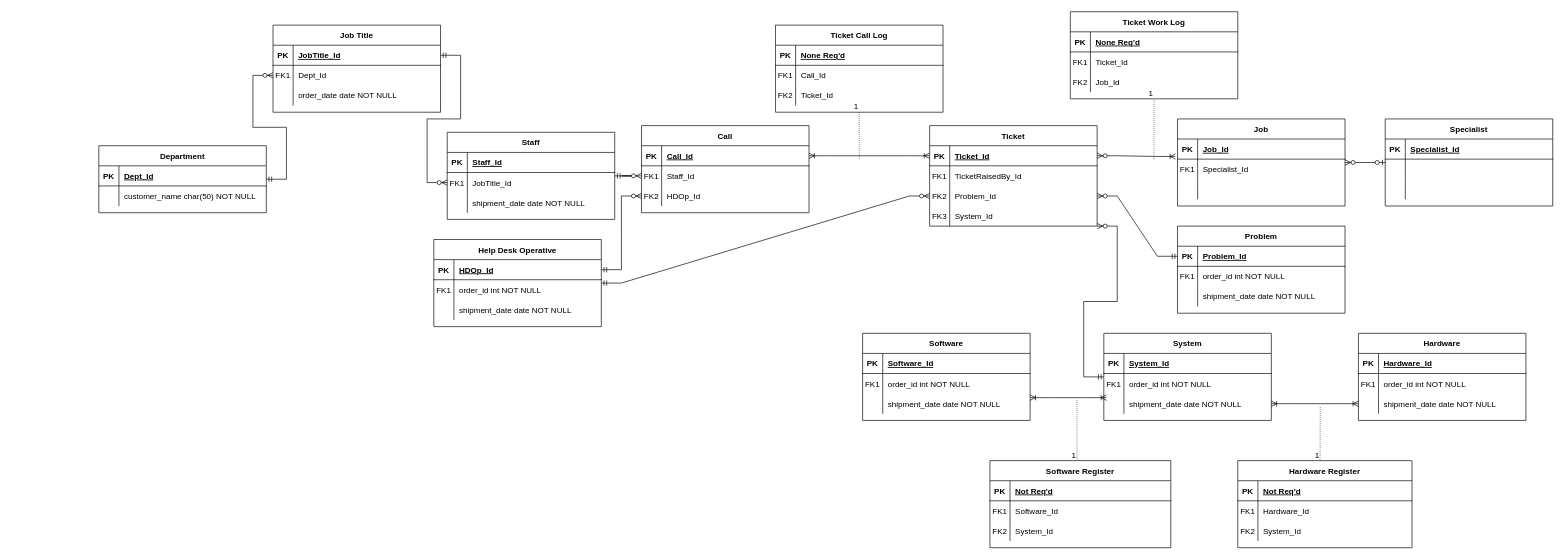
The draw.io diagram Assets/Untitled Diagram.drawio in olliej111/RTS-Unit-Control, before the edit. Source tidied: cells renumbered, new cells numbered last; positions are measured from the earlier drawing's top-left corner, leaving out a move shared by most shapes. Both pictures are drawn from the tidied source at 67%, with x=0, y=0 at pixel (98, 11).
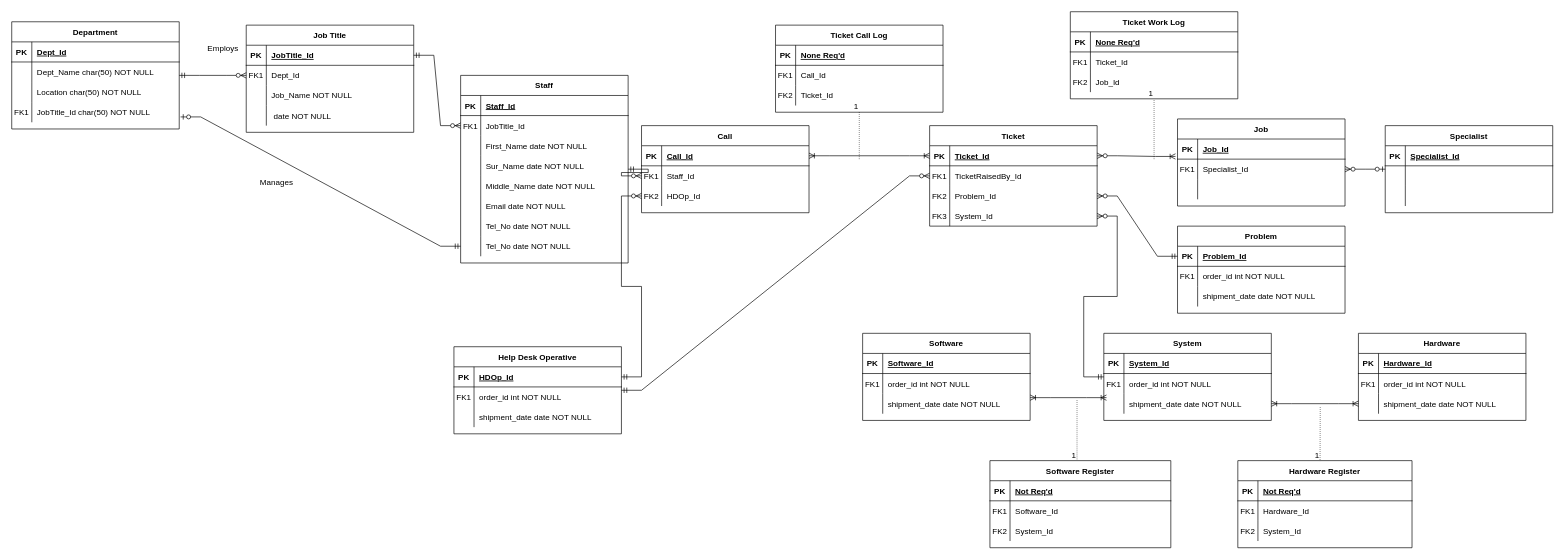
After the change.

Unchanged cells that the change refers to:
```xml
<mxCell id="9" style="shape=partialRectangle;fillColor=none;top=0;left=0;right=0;bottom=0;" parent="2" vertex="1">
  <mxGeometry y="90" width="250" height="30" as="geometry" />
</mxCell>
<mxCell id="19" style="shape=partialRectangle;fillColor=none;top=0;left=0;right=0;bottom=0;" parent="12" vertex="1">
  <mxGeometry y="90" width="250" height="30" as="geometry" />
</mxCell>
<mxCell id="26" style="shape=partialRectangle;fillColor=none;top=0;left=0;right=0;bottom=0;" parent="22" vertex="1">
  <mxGeometry y="60" width="250" height="30" as="geometry" />
</mxCell>
<mxCell id="59" value="Ticket" style="shape=table;startSize=30;childLayout=tableLayout;rowLines=0;fontStyle=1;align=center;" parent="1" vertex="1">
  <mxGeometry x="1240" y="170" width="250" height="150" as="geometry" />
</mxCell>
<mxCell id="63" style="shape=partialRectangle;fillColor=none;points=[[0,0.5],[1,0.5]];portConstraint=eastwest;top=0;left=0;right=0;bottom=0;" parent="59" vertex="1">
  <mxGeometry y="60" width="250" height="30" as="geometry" />
</mxCell>
<mxCell id="66" style="shape=partialRectangle;fillColor=none;points=[[0,0.5],[1,0.5]];portConstraint=eastwest;top=0;left=0;right=0;bottom=0;" parent="59" vertex="1">
  <mxGeometry y="90" width="250" height="30" as="geometry" />
</mxCell>
<mxCell id="69" style="shape=partialRectangle;fillColor=none;points=[[0,0.5],[1,0.5]];portConstraint=eastwest;top=0;left=0;right=0;bottom=0;" parent="59" vertex="1">
  <mxGeometry y="120" width="250" height="30" as="geometry" />
</mxCell>
<mxCell id="92" value="System" style="shape=table;startSize=30;childLayout=tableLayout;rowLines=0;fontStyle=1;align=center;" parent="1" vertex="1">
  <mxGeometry x="1500" y="480" width="250" height="130" as="geometry" />
</mxCell>
<mxCell id="142" value="Job" style="shape=table;startSize=30;childLayout=tableLayout;rowLines=0;fontStyle=1;align=center;" parent="1" vertex="1">
  <mxGeometry x="1610" y="160" width="250" height="130" as="geometry" />
</mxCell>
<mxCell id="146" style="shape=partialRectangle;fillColor=none;points=[[0,0.5],[1,0.5]];portConstraint=eastwest;top=0;left=0;right=0;bottom=0;" parent="142" vertex="1">
  <mxGeometry y="60" width="250" height="30" as="geometry" />
</mxCell>
```

Diff of the diagram source:
```diff
@@
     <mxCell id="2" value="Job Title" style="shape=table;startSize=30;childLayout=tableLayout;rowLines=0;fontStyle=1;align=center;" parent="1" vertex="1">
-      <mxGeometry x="260" y="20" width="250" height="130" as="geometry" />
+      <mxGeometry x="220" y="20" width="250" height="160" as="geometry" />
     </mxCell>
@@
-    <mxCell id="11" value="order_date date NOT NULL" style="shape=partialRectangle;overflow=hidden;fillColor=none;top=0;left=0;bottom=0;right=0;align=left;spacingLeft=6;" parent="9" vertex="1">
+    <mxCell id="11" value="Job_Name NOT NULL" style="shape=partialRectangle;overflow=hidden;fillColor=none;top=0;left=0;bottom=0;right=0;align=left;spacingLeft=6;" parent="9" vertex="1">
       <mxGeometry x="30" width="220" height="30" as="geometry" />
     </mxCell>
+    <mxCell id="182" style="shape=partialRectangle;fillColor=none;top=0;left=0;right=0;bottom=0;" parent="2" vertex="1">
+      <mxGeometry y="120" width="250" height="30" as="geometry" />
+    </mxCell>
+    <mxCell id="183" style="shape=partialRectangle;overflow=hidden;fillColor=none;top=0;left=0;bottom=0;right=0;" parent="182" vertex="1">
+      <mxGeometry width="30" height="30" as="geometry" />
+    </mxCell>
+    <mxCell id="184" value=" date NOT NULL" style="shape=partialRectangle;overflow=hidden;fillColor=none;top=0;left=0;bottom=0;right=0;align=left;spacingLeft=6;" parent="182" vertex="1">
+      <mxGeometry x="30" width="220" height="30" as="geometry" />
+    </mxCell>
     <mxCell id="12" value="Staff" style="shape=table;startSize=30;childLayout=tableLayout;rowLines=0;fontStyle=1;align=center;" parent="1" vertex="1">
-      <mxGeometry x="520" y="180" width="250" height="130" as="geometry" />
+      <mxGeometry x="540" y="95" width="250" height="280" as="geometry" />
     </mxCell>
@@
-    <mxCell id="21" value="shipment_date date NOT NULL" style="shape=partialRectangle;overflow=hidden;fillColor=none;top=0;left=0;bottom=0;right=0;align=left;spacingLeft=6;" parent="19" vertex="1">
+    <mxCell id="21" value="First_Name date NOT NULL" style="shape=partialRectangle;overflow=hidden;fillColor=none;top=0;left=0;bottom=0;right=0;align=left;spacingLeft=6;" parent="19" vertex="1">
       <mxGeometry x="30" width="220" height="30" as="geometry" />
     </mxCell>
+    <mxCell id="185" style="shape=partialRectangle;fillColor=none;top=0;left=0;right=0;bottom=0;" parent="12" vertex="1">
+      <mxGeometry y="120" width="250" height="30" as="geometry" />
+    </mxCell>
+    <mxCell id="186" style="shape=partialRectangle;overflow=hidden;fillColor=none;top=0;left=0;bottom=0;right=0;" parent="185" vertex="1">
+      <mxGeometry width="30" height="30" as="geometry" />
+    </mxCell>
+    <mxCell id="187" value="Sur_Name date NOT NULL" style="shape=partialRectangle;overflow=hidden;fillColor=none;top=0;left=0;bottom=0;right=0;align=left;spacingLeft=6;" parent="185" vertex="1">
+      <mxGeometry x="30" width="220" height="30" as="geometry" />
+    </mxCell>
+    <mxCell id="188" style="shape=partialRectangle;fillColor=none;top=0;left=0;right=0;bottom=0;" parent="12" vertex="1">
+      <mxGeometry y="150" width="250" height="30" as="geometry" />
+    </mxCell>
+    <mxCell id="189" style="shape=partialRectangle;overflow=hidden;fillColor=none;top=0;left=0;bottom=0;right=0;" parent="188" vertex="1">
+      <mxGeometry width="30" height="30" as="geometry" />
+    </mxCell>
+    <mxCell id="190" value="Middle_Name date NOT NULL" style="shape=partialRectangle;overflow=hidden;fillColor=none;top=0;left=0;bottom=0;right=0;align=left;spacingLeft=6;" parent="188" vertex="1">
+      <mxGeometry x="30" width="220" height="30" as="geometry" />
+    </mxCell>
+    <mxCell id="191" style="shape=partialRectangle;fillColor=none;top=0;left=0;right=0;bottom=0;" parent="12" vertex="1">
+      <mxGeometry y="180" width="250" height="30" as="geometry" />
+    </mxCell>
+    <mxCell id="192" style="shape=partialRectangle;overflow=hidden;fillColor=none;top=0;left=0;bottom=0;right=0;" parent="191" vertex="1">
+      <mxGeometry width="30" height="30" as="geometry" />
+    </mxCell>
+    <mxCell id="193" value="Email date NOT NULL" style="shape=partialRectangle;overflow=hidden;fillColor=none;top=0;left=0;bottom=0;right=0;align=left;spacingLeft=6;" parent="191" vertex="1">
+      <mxGeometry x="30" width="220" height="30" as="geometry" />
+    </mxCell>
+    <mxCell id="194" style="shape=partialRectangle;fillColor=none;top=0;left=0;right=0;bottom=0;" parent="12" vertex="1">
+      <mxGeometry y="210" width="250" height="30" as="geometry" />
+    </mxCell>
+    <mxCell id="195" style="shape=partialRectangle;overflow=hidden;fillColor=none;top=0;left=0;bottom=0;right=0;" parent="194" vertex="1">
+      <mxGeometry width="30" height="30" as="geometry" />
+    </mxCell>
+    <mxCell id="196" value="Tel_No date NOT NULL" style="shape=partialRectangle;overflow=hidden;fillColor=none;top=0;left=0;bottom=0;right=0;align=left;spacingLeft=6;" parent="194" vertex="1">
+      <mxGeometry x="30" width="220" height="30" as="geometry" />
+    </mxCell>
+    <mxCell id="197" style="shape=partialRectangle;fillColor=none;points=[[0,0.5],[1,0.5]];portConstraint=eastwest;top=0;left=0;right=0;bottom=0;" parent="12" vertex="1">
+      <mxGeometry y="240" width="250" height="30" as="geometry" />
+    </mxCell>
+    <mxCell id="198" style="shape=partialRectangle;overflow=hidden;fillColor=none;top=0;left=0;bottom=0;right=0;" parent="197" vertex="1">
+      <mxGeometry width="30" height="30" as="geometry" />
+    </mxCell>
+    <mxCell id="199" value="Tel_No date NOT NULL" style="shape=partialRectangle;overflow=hidden;fillColor=none;top=0;left=0;bottom=0;right=0;align=left;spacingLeft=6;" parent="197" vertex="1">
+      <mxGeometry x="30" width="220" height="30" as="geometry" />
+    </mxCell>
     <mxCell id="22" value="Department" style="shape=table;startSize=30;childLayout=tableLayout;rowLines=0;fontStyle=1;align=center;" parent="1" vertex="1">
-      <mxGeometry y="200" width="250" height="100" as="geometry" />
+      <mxGeometry x="-130" y="15" width="250" height="160" as="geometry" />
     </mxCell>
@@
-    <mxCell id="28" value="customer_name char(50) NOT NULL" style="shape=partialRectangle;overflow=hidden;fillColor=none;top=0;left=0;bottom=0;right=0;align=left;spacingLeft=6;" parent="26" vertex="1">
+    <mxCell id="28" value="Dept_Name char(50) NOT NULL" style="shape=partialRectangle;overflow=hidden;fillColor=none;top=0;left=0;bottom=0;right=0;align=left;spacingLeft=6;" parent="26" vertex="1">
       <mxGeometry x="30" width="220" height="30" as="geometry" />
     </mxCell>
+    <mxCell id="200" style="shape=partialRectangle;fillColor=none;top=0;left=0;right=0;bottom=0;" parent="22" vertex="1">
+      <mxGeometry y="90" width="250" height="30" as="geometry" />
+    </mxCell>
+    <mxCell id="201" style="shape=partialRectangle;overflow=hidden;fillColor=none;top=0;left=0;bottom=0;right=0;" parent="200" vertex="1">
+      <mxGeometry width="30" height="30" as="geometry" />
+    </mxCell>
+    <mxCell id="202" value="Location char(50) NOT NULL" style="shape=partialRectangle;overflow=hidden;fillColor=none;top=0;left=0;bottom=0;right=0;align=left;spacingLeft=6;" parent="200" vertex="1">
+      <mxGeometry x="30" width="220" height="30" as="geometry" />
+    </mxCell>
+    <mxCell id="203" style="shape=partialRectangle;fillColor=none;points=[[0,0.5],[1,0.5]];portConstraint=eastwest;top=0;left=0;right=0;bottom=0;" parent="22" vertex="1">
+      <mxGeometry y="120" width="250" height="30" as="geometry" />
+    </mxCell>
+    <mxCell id="204" value="FK1" style="shape=partialRectangle;overflow=hidden;fillColor=none;top=0;left=0;bottom=0;right=0;" parent="203" vertex="1">
+      <mxGeometry width="30" height="30" as="geometry" />
+    </mxCell>
+    <mxCell id="205" value="JobTitle_Id char(50) NOT NULL" style="shape=partialRectangle;overflow=hidden;fillColor=none;top=0;left=0;bottom=0;right=0;align=left;spacingLeft=6;" parent="203" vertex="1">
+      <mxGeometry x="30" width="220" height="30" as="geometry" />
+    </mxCell>
@@
     <mxCell id="39" value="Help Desk Operative" style="shape=table;startSize=30;childLayout=tableLayout;rowLines=0;fontStyle=1;align=center;" parent="1" vertex="1">
-      <mxGeometry x="500" y="340" width="250" height="130" as="geometry" />
+      <mxGeometry x="530" y="500" width="250" height="130" as="geometry" />
     </mxCell>
@@
     <mxCell id="152" value="Specialist" style="shape=table;startSize=30;childLayout=tableLayout;rowLines=0;fontStyle=1;align=center;" parent="1" vertex="1">
-      <mxGeometry x="1920" y="160" width="250" height="130" as="geometry" />
+      <mxGeometry x="1920" y="170" width="250" height="130" as="geometry" />
     </mxCell>
@@
-    <mxCell id="166" style="edgeStyle=entityRelationEdgeStyle;fontSize=12;html=1;endArrow=ERzeroToMany;startArrow=ERmandOne;rounded=0;exitX=1;exitY=0.5;exitDx=0;exitDy=0;entryX=0;entryY=0.5;entryDx=0;entryDy=0;" parent="1" edge="1" source="39" target="66">
+    <mxCell id="166" style="edgeStyle=entityRelationEdgeStyle;fontSize=12;html=1;endArrow=ERzeroToMany;startArrow=ERmandOne;rounded=0;exitX=1;exitY=0.5;exitDx=0;exitDy=0;entryX=0;entryY=0.5;entryDx=0;entryDy=0;" parent="1" edge="1" source="39" target="63">
       <mxGeometry relative="1" as="geometry" />
     </mxCell>
-    <mxCell id="167" style="edgeStyle=entityRelationEdgeStyle;fontSize=12;html=1;endArrow=ERzeroToMany;startArrow=ERzeroToOne;rounded=0;entryX=1;entryY=0.5;entryDx=0;entryDy=0;exitX=0;exitY=0.5;exitDx=0;exitDy=0;" parent="1" edge="1" source="152" target="142">
+    <mxCell id="167" style="edgeStyle=entityRelationEdgeStyle;fontSize=12;html=1;endArrow=ERzeroToMany;startArrow=ERzeroToOne;rounded=0;entryX=1;entryY=0.5;entryDx=0;entryDy=0;exitX=0;exitY=0.5;exitDx=0;exitDy=0;" parent="1" edge="1" source="152" target="146">
       <mxGeometry relative="1" as="geometry" />
     </mxCell>
-    <mxCell id="168" style="edgeStyle=entityRelationEdgeStyle;fontSize=12;html=1;endArrow=ERzeroToMany;startArrow=ERmandOne;rounded=0;entryX=1;entryY=1;entryDx=0;entryDy=0;exitX=0;exitY=0.5;exitDx=0;exitDy=0;" parent="1" edge="1" source="92" target="59">
+    <mxCell id="168" style="edgeStyle=entityRelationEdgeStyle;fontSize=12;html=1;endArrow=ERzeroToMany;startArrow=ERmandOne;rounded=0;entryX=1;entryY=0.5;entryDx=0;entryDy=0;exitX=0;exitY=0.5;exitDx=0;exitDy=0;" parent="1" edge="1" source="92" target="69">
       <mxGeometry relative="1" as="geometry" />
     </mxCell>
@@
+    <mxCell id="206" style="edgeStyle=entityRelationEdgeStyle;fontSize=12;html=1;endArrow=ERzeroToOne;startArrow=ERmandOne;rounded=0;exitX=0;exitY=0.5;exitDx=0;exitDy=0;entryX=1.008;entryY=0.733;entryDx=0;entryDy=0;entryPerimeter=0;" parent="1" edge="1" source="197" target="203">
+      <mxGeometry relative="1" as="geometry" />
+    </mxCell>
+    <mxCell id="207" value="Manages" style="text;html=1;align=center;verticalAlign=middle;strokeColor=none;fillColor=none;" parent="1" vertex="1">
+      <mxGeometry x="230" y="240" width="70" height="30" as="geometry" />
+    </mxCell>
+    <mxCell id="208" value="Employs" style="text;html=1;align=center;verticalAlign=middle;strokeColor=none;fillColor=none;" parent="1" vertex="1">
+      <mxGeometry x="150" y="40" width="70" height="30" as="geometry" />
+    </mxCell>
```
